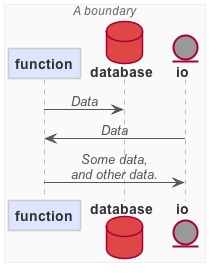
Earlier version of the PlantUML export examples/legend.seq.png (sonyxperiadev/dataflow).
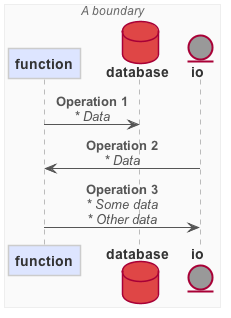
After the change.

The edit, as a diff of the source:
```diff
@@ -33,7 +33,7 @@
   database "database" as d
   entity "io" as i
 end box
-f -> d : <i>Data</i>
-i -> f : <i>Data</i>
-f -> i : <i>Some data,</i>\n<i>and other data.</i>
+f -> d : <b>Operation 1</b>\n<i>* Data</i>
+i -> f : <b>Operation 2</b>\n<i>* Data</i>
+f -> i : <b>Operation 3</b>\n<i>* Some data</i>\n<i>* Other data</i>
 @enduml
```
